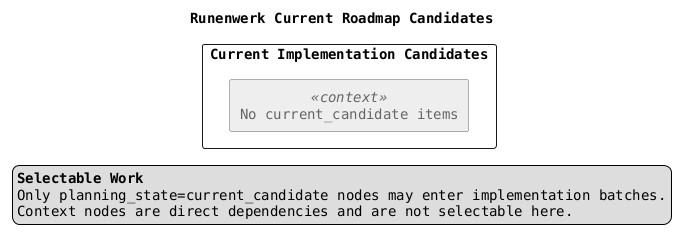
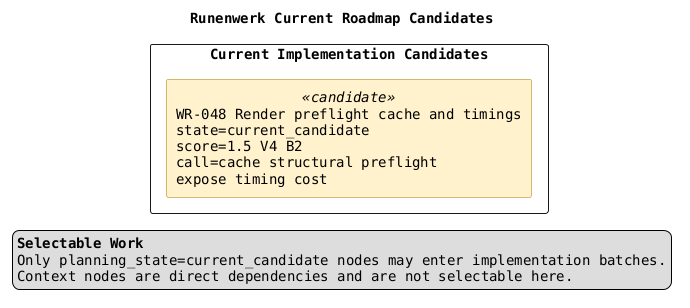
@startuml
title Runenwerk Current Roadmap Candidates

top to bottom direction
skinparam componentStyle rectangle
skinparam shadowing false
skinparam packageStyle rectangle
skinparam defaultFontName Monospaced

skinparam component {
  BackgroundColor<<candidate>> #FFF2CC
  BorderColor<<candidate>> #AA7700
  BackgroundColor<<context>> #EEEEEE
  BorderColor<<context>> #666666
  FontColor<<context>> #666666
}

legend right
  <b>Selectable Work</b>
  Only planning_state=current_candidate nodes may enter implementation batches.
  Context nodes are direct dependencies and are not selectable here.
endlegend

package "Current Implementation Candidates" {
-   component "No current_candidate items" as NO_CANDIDATES <<context>>
+   component "WR-048 Render preflight cache and timings\nstate=current_candidate\nscore=1.5 V4 B2\ncall=cache structural preflight\nexpose timing cost" as WR048 <<candidate>>

}


@enduml
